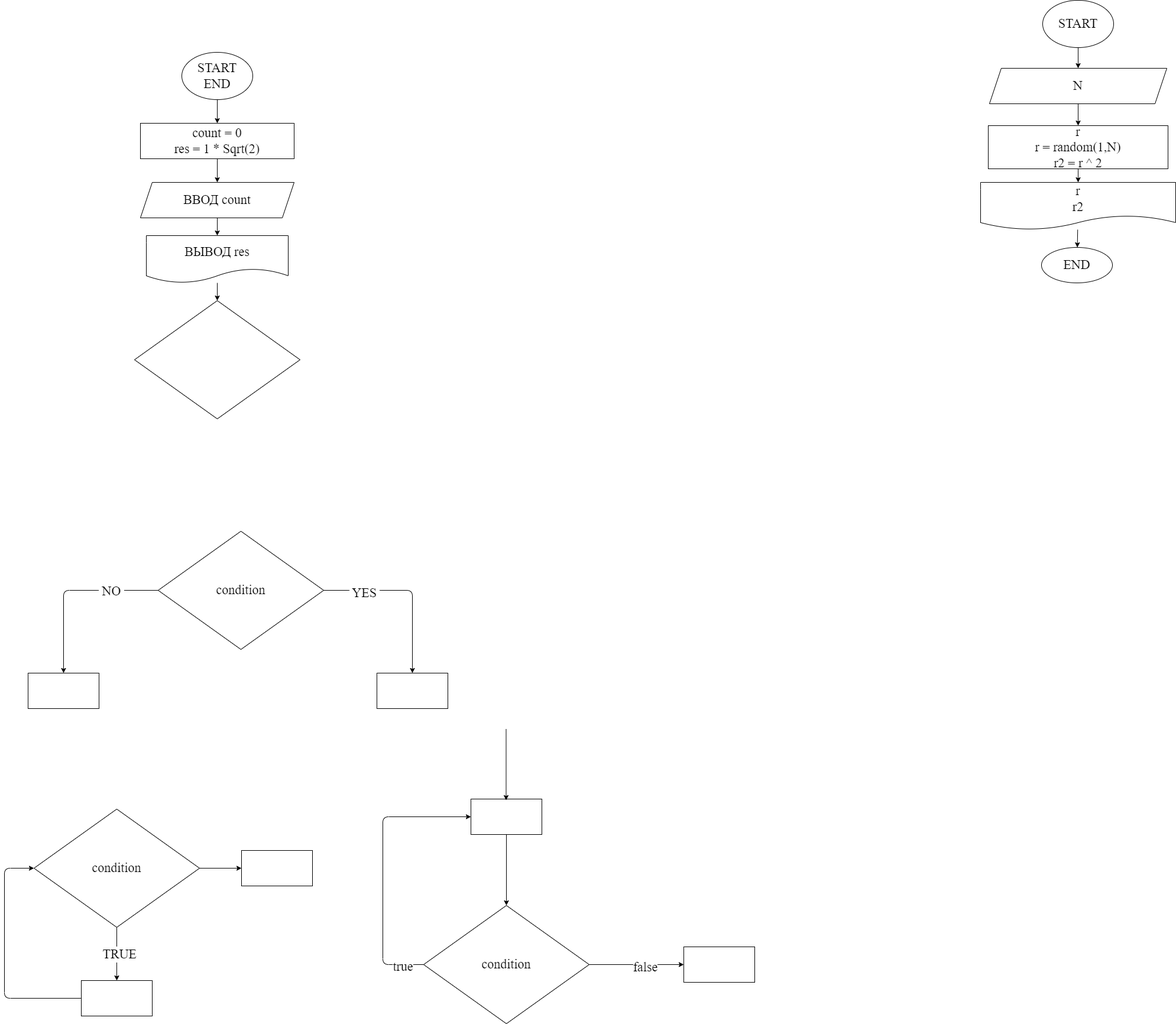
The draw.io diagram ex000.drawio.png in iksergey/practice_temp, before a commit. Source tidied: cells renumbered, new cells last; positions are measured from the earlier drawing's top-left corner, leaving out a move shared by most shapes.
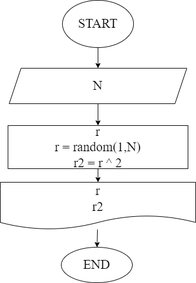
Above is the later version.

Commit message:
Задача. Составьте блок-схему Показать на экран случайное число от 1 до N, а потом показать квадрат этого числа

Diff of the diagram source:
```diff
@@ -2,123 +2,6 @@
   <root>
     <mxCell id="0" />
     <mxCell id="1" parent="0" />
-    <mxCell id="2" style="edgeStyle=none;html=1;fontFamily=Fira Code;fontSize=22;" parent="1" edge="1" source="3" target="5">
-      <mxGeometry relative="1" as="geometry" />
-    </mxCell>
-    <mxCell id="3" value="START&lt;br&gt;END" style="ellipse;whiteSpace=wrap;html=1;fontFamily=Fira Code;fontSize=22;" parent="1" vertex="1">
-      <mxGeometry x="300" y="88" width="120" height="80" as="geometry" />
-    </mxCell>
-    <mxCell id="4" style="edgeStyle=none;html=1;fontFamily=Fira Code;fontSize=22;" parent="1" edge="1" source="5" target="7">
-      <mxGeometry relative="1" as="geometry" />
-    </mxCell>
-    <mxCell id="5" value="count = 0&lt;br&gt;res = 1 * Sqrt(2)" style="whiteSpace=wrap;html=1;fontSize=22;fontFamily=Fira Code;" parent="1" vertex="1">
-      <mxGeometry x="230" y="208" width="260" height="60" as="geometry" />
-    </mxCell>
-    <mxCell id="6" style="edgeStyle=none;html=1;fontFamily=Fira Code;fontSize=22;" parent="1" edge="1" source="7" target="9">
-      <mxGeometry relative="1" as="geometry" />
-    </mxCell>
-    <mxCell id="7" value="ВВОД count" style="shape=parallelogram;perimeter=parallelogramPerimeter;whiteSpace=wrap;html=1;fixedSize=1;fontSize=22;fontFamily=Fira Code;" parent="1" vertex="1">
-      <mxGeometry x="230" y="308" width="260" height="60" as="geometry" />
-    </mxCell>
-    <mxCell id="8" style="edgeStyle=none;html=1;fontFamily=Fira Code;fontSize=22;" parent="1" edge="1" source="9" target="10">
-      <mxGeometry relative="1" as="geometry" />
-    </mxCell>
-    <mxCell id="9" value="ВЫВОД res" style="shape=document;whiteSpace=wrap;html=1;boundedLbl=1;fontSize=22;fontFamily=Fira Code;" parent="1" vertex="1">
-      <mxGeometry x="240" y="398" width="240" height="80" as="geometry" />
-    </mxCell>
-    <mxCell id="10" style="rhombus;whiteSpace=wrap;html=1;fontSize=22;fontFamily=Fira Code;" parent="1" vertex="1">
-      <mxGeometry x="220" y="508" width="280" height="200" as="geometry" />
-    </mxCell>
-    <mxCell id="11" style="edgeStyle=none;html=1;fontFamily=Fira Code;fontSize=22;" parent="1" edge="1" source="15" target="16">
-      <mxGeometry relative="1" as="geometry">
-        <Array as="points">
-          <mxPoint x="690" y="998" />
-        </Array>
-      </mxGeometry>
-    </mxCell>
-    <mxCell id="12" value="&amp;nbsp;YES&amp;nbsp;" style="edgeLabel;html=1;align=center;verticalAlign=middle;fontSize=22;fontFamily=Fira Code;" parent="11" vertex="1">
-      <mxGeometry x="-0.53" y="-4" relative="1" as="geometry" />
-    </mxCell>
-    <mxCell id="13" style="edgeStyle=none;html=1;fontFamily=Fira Code;fontSize=22;" parent="1" edge="1" source="15" target="17">
-      <mxGeometry relative="1" as="geometry">
-        <Array as="points">
-          <mxPoint x="100" y="998" />
-        </Array>
-      </mxGeometry>
-    </mxCell>
-    <mxCell id="14" value="&amp;nbsp;NO&amp;nbsp;" style="edgeLabel;html=1;align=center;verticalAlign=middle;fontSize=22;fontFamily=Fira Code;" parent="13" vertex="1">
-      <mxGeometry x="-0.47" y="1" relative="1" as="geometry" />
-    </mxCell>
-    <mxCell id="15" value="condition" style="rhombus;whiteSpace=wrap;html=1;fontSize=22;fontFamily=Fira Code;" parent="1" vertex="1">
-      <mxGeometry x="260" y="898" width="280" height="200" as="geometry" />
-    </mxCell>
-    <mxCell id="16" style="whiteSpace=wrap;html=1;fontSize=22;fontFamily=Fira Code;" parent="1" vertex="1">
-      <mxGeometry x="630" y="1138" width="120" height="60" as="geometry" />
-    </mxCell>
-    <mxCell id="17" style="whiteSpace=wrap;html=1;fontSize=22;fontFamily=Fira Code;" parent="1" vertex="1">
-      <mxGeometry x="40" y="1138" width="120" height="60" as="geometry" />
-    </mxCell>
-    <mxCell id="18" style="edgeStyle=none;html=1;fontFamily=Fira Code;fontSize=22;" parent="1" edge="1" source="21" target="23">
-      <mxGeometry relative="1" as="geometry" />
-    </mxCell>
-    <mxCell id="19" value="&amp;nbsp;TRUE&amp;nbsp;" style="edgeLabel;html=1;align=center;verticalAlign=middle;fontSize=22;fontFamily=Fira Code;" parent="18" vertex="1">
-      <mxGeometry y="4" relative="1" as="geometry" />
-    </mxCell>
-    <mxCell id="20" style="edgeStyle=none;html=1;fontFamily=Fira Code;fontSize=22;" parent="1" edge="1" source="21" target="32">
-      <mxGeometry relative="1" as="geometry" />
-    </mxCell>
-    <mxCell id="21" value="condition" style="rhombus;whiteSpace=wrap;html=1;fontSize=22;fontFamily=Fira Code;" parent="1" vertex="1">
-      <mxGeometry x="50" y="1368" width="280" height="200" as="geometry" />
-    </mxCell>
-    <mxCell id="22" style="edgeStyle=none;html=1;entryX=0;entryY=0.5;entryDx=0;entryDy=0;fontFamily=Fira Code;fontSize=22;" parent="1" edge="1" source="23" target="21">
-      <mxGeometry relative="1" as="geometry">
-        <Array as="points">
-          <mxPoint y="1688" />
-          <mxPoint y="1468" />
-        </Array>
-      </mxGeometry>
-    </mxCell>
-    <mxCell id="23" style="whiteSpace=wrap;html=1;fontSize=22;fontFamily=Fira Code;" parent="1" vertex="1">
-      <mxGeometry x="130" y="1658" width="120" height="60" as="geometry" />
-    </mxCell>
-    <mxCell id="24" style="edgeStyle=none;html=1;entryX=0;entryY=0.5;entryDx=0;entryDy=0;fontFamily=Fira Code;fontSize=22;" parent="1" edge="1" source="28" target="30">
-      <mxGeometry relative="1" as="geometry">
-        <Array as="points">
-          <mxPoint x="640" y="1631" />
-          <mxPoint x="640" y="1381" />
-        </Array>
-      </mxGeometry>
-    </mxCell>
-    <mxCell id="25" value="true" style="edgeLabel;html=1;align=center;verticalAlign=middle;fontSize=22;fontFamily=Fira Code;" parent="24" vertex="1">
-      <mxGeometry x="-0.85" y="3" relative="1" as="geometry" />
-    </mxCell>
-    <mxCell id="26" style="edgeStyle=none;html=1;fontFamily=Fira Code;fontSize=22;" parent="1" edge="1" source="28" target="33">
-      <mxGeometry relative="1" as="geometry" />
-    </mxCell>
-    <mxCell id="27" value="false" style="edgeLabel;html=1;align=center;verticalAlign=middle;fontSize=22;fontFamily=Fira Code;" parent="26" vertex="1">
-      <mxGeometry x="0.17" y="-4" relative="1" as="geometry" />
-    </mxCell>
-    <mxCell id="28" value="condition" style="rhombus;whiteSpace=wrap;html=1;fontSize=22;fontFamily=Fira Code;" parent="1" vertex="1">
-      <mxGeometry x="709" y="1531" width="280" height="200" as="geometry" />
-    </mxCell>
-    <mxCell id="29" style="edgeStyle=none;html=1;entryX=0.5;entryY=0;entryDx=0;entryDy=0;fontFamily=Fira Code;fontSize=22;" parent="1" edge="1" source="30" target="28">
-      <mxGeometry relative="1" as="geometry" />
-    </mxCell>
-    <mxCell id="30" style="whiteSpace=wrap;html=1;fontSize=22;fontFamily=Fira Code;" parent="1" vertex="1">
-      <mxGeometry x="789" y="1351" width="120" height="60" as="geometry" />
-    </mxCell>
-    <mxCell id="31" style="edgeStyle=none;html=1;entryX=0.5;entryY=0;entryDx=0;entryDy=0;fontFamily=Fira Code;fontSize=22;" parent="1" edge="1">
-      <mxGeometry relative="1" as="geometry">
-        <mxPoint x="848.5" y="1233" as="sourcePoint" />
-        <mxPoint x="848.5" y="1353" as="targetPoint" />
-      </mxGeometry>
-    </mxCell>
-    <mxCell id="32" style="whiteSpace=wrap;html=1;fontSize=22;fontFamily=Fira Code;" parent="1" vertex="1">
-      <mxGeometry x="401" y="1438" width="120" height="60" as="geometry" />
-    </mxCell>
-    <mxCell id="33" style="whiteSpace=wrap;html=1;fontSize=22;fontFamily=Fira Code;" parent="1" vertex="1">
-      <mxGeometry x="1149" y="1601" width="120" height="60" as="geometry" />
-    </mxCell>
     <mxCell id="34" style="edgeStyle=none;html=1;fontFamily=Fira Code;fontSize=22;" parent="1" edge="1" source="35" target="37">
       <mxGeometry relative="1" as="geometry" />
     </mxCell>
```
